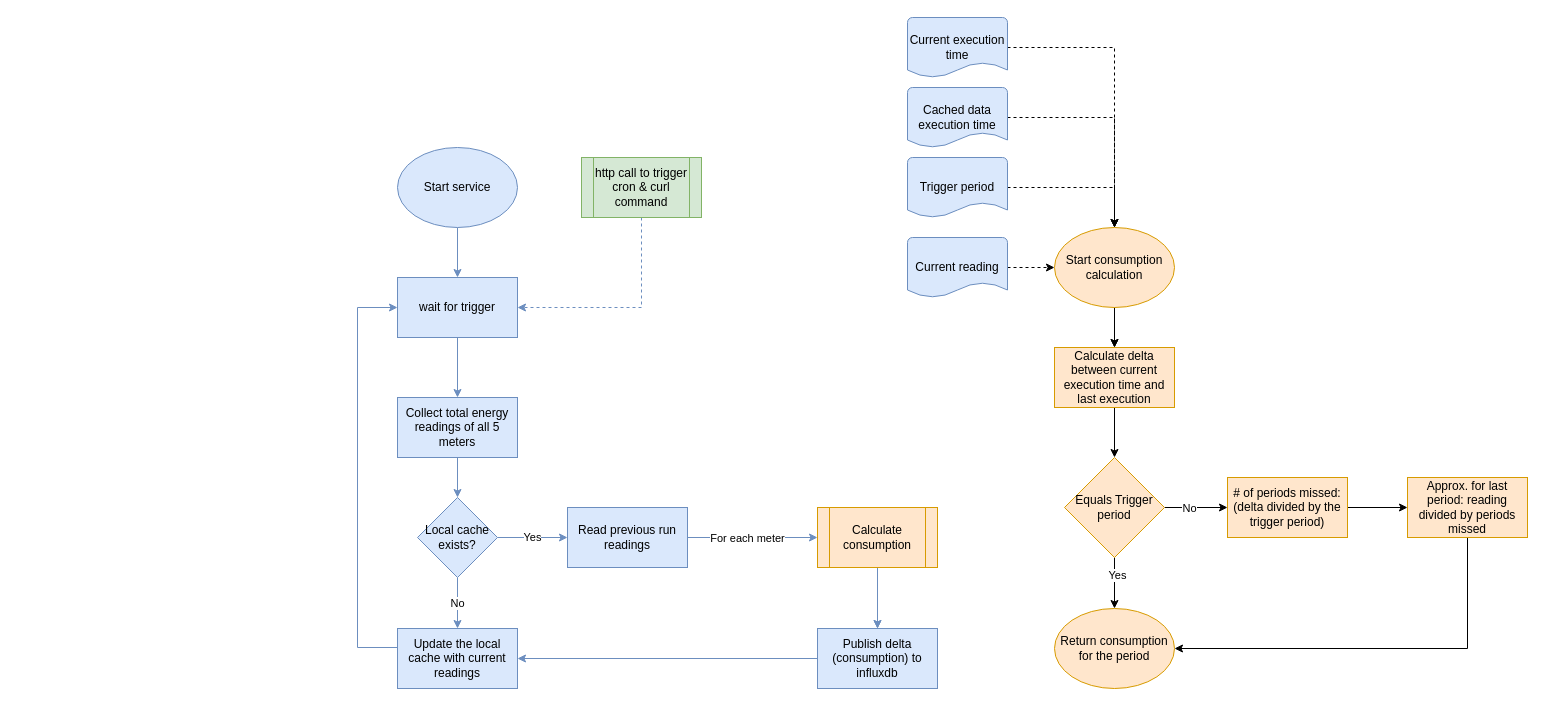
Above: application logic.drawio in ananchev/energymeter (draw.io), before the change. Source tidied: cells renumbered, new cells numbered last; positions are measured from the earlier drawing's top-left corner, leaving out a move shared by most shapes. Both pictures are drawn from the tidied source at 100%, with x=0, y=0 at pixel (357, 17).
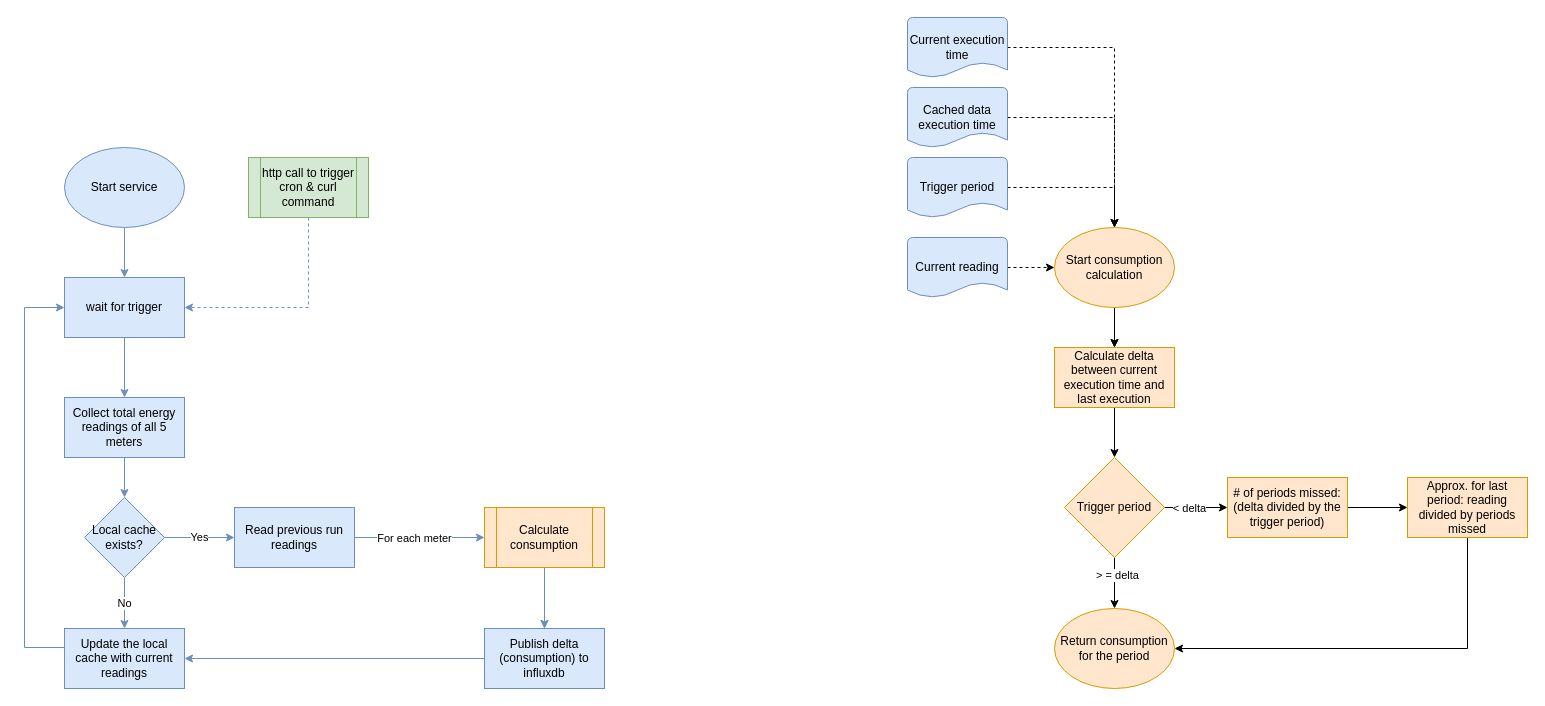
After the change.

Commit message:
Update application logic drawio

The change refers to these unchanged cells:
```xml
<mxCell id="34" style="edgeStyle=orthogonalEdgeStyle;rounded=0;jettySize=auto;html=1;" parent="1" edge="1" source="38" target="39">
  <mxGeometry relative="1" as="geometry" />
</mxCell>
<mxCell id="36" style="edgeStyle=orthogonalEdgeStyle;rounded=0;jettySize=auto;html=1;entryX=0;entryY=0.5;entryDx=0;entryDy=0;" parent="1" edge="1" source="38" target="41">
  <mxGeometry relative="1" as="geometry" />
</mxCell>
```

The edit, as a diff of the source:
```diff
@@
     <mxCell id="3" value="Collect total energy readings of all 5 meters" style="rounded=0;whiteSpace=wrap;html=1;fillColor=#dae8fc;strokeColor=#6c8ebf;" parent="1" vertex="1">
-      <mxGeometry x="40" y="380" width="120" height="60" as="geometry" />
+      <mxGeometry x="-293" y="380" width="120" height="60" as="geometry" />
     </mxCell>
@@
     <mxCell id="5" value="Start service" style="ellipse;whiteSpace=wrap;html=1;fillColor=#dae8fc;strokeColor=#6c8ebf;" parent="1" vertex="1">
-      <mxGeometry x="40" y="130" width="120" height="80" as="geometry" />
+      <mxGeometry x="-293" y="130" width="120" height="80" as="geometry" />
     </mxCell>
     <mxCell id="6" style="edgeStyle=orthogonalEdgeStyle;rounded=0;jettySize=auto;html=1;entryX=0;entryY=0.5;entryDx=0;entryDy=0;fillColor=#dae8fc;strokeColor=#6c8ebf;" parent="1" edge="1" source="7" target="9">
       <mxGeometry relative="1" as="geometry">
         <Array as="points">
-          <mxPoint y="630" />
-          <mxPoint y="290" />
+          <mxPoint x="-333" y="630" />
+          <mxPoint x="-333" y="290" />
         </Array>
       </mxGeometry>
     </mxCell>
     <mxCell id="7" value="Update the local cache with current readings" style="rounded=0;whiteSpace=wrap;html=1;fillColor=#dae8fc;strokeColor=#6c8ebf;" parent="1" vertex="1">
-      <mxGeometry x="40" y="611" width="120" height="60" as="geometry" />
+      <mxGeometry x="-293" y="611" width="120" height="60" as="geometry" />
     </mxCell>
@@
     <mxCell id="9" value="wait for trigger" style="rounded=0;whiteSpace=wrap;html=1;fillColor=#dae8fc;strokeColor=#6c8ebf;" parent="1" vertex="1">
-      <mxGeometry x="40" y="260" width="120" height="60" as="geometry" />
+      <mxGeometry x="-293" y="260" width="120" height="60" as="geometry" />
     </mxCell>
@@
     <mxCell id="12" value="Local cache exists?" style="rhombus;whiteSpace=wrap;html=1;fillColor=#dae8fc;strokeColor=#6c8ebf;" parent="1" vertex="1">
-      <mxGeometry x="60" y="480" width="80" height="80" as="geometry" />
+      <mxGeometry x="-273" y="480" width="80" height="80" as="geometry" />
     </mxCell>
@@
     <mxCell id="15" value="Read previous run readings" style="rounded=0;whiteSpace=wrap;html=1;fillColor=#dae8fc;strokeColor=#6c8ebf;" parent="1" vertex="1">
-      <mxGeometry x="210" y="490" width="120" height="60" as="geometry" />
+      <mxGeometry x="-123" y="490" width="120" height="60" as="geometry" />
     </mxCell>
@@
     <mxCell id="18" value="Publish delta (consumption) to influxdb" style="rounded=0;whiteSpace=wrap;html=1;fillColor=#dae8fc;strokeColor=#6c8ebf;" parent="1" vertex="1">
-      <mxGeometry x="460" y="611" width="120" height="60" as="geometry" />
+      <mxGeometry x="127" y="611" width="120" height="60" as="geometry" />
     </mxCell>
@@
     <mxCell id="20" value="http call to trigger&lt;br&gt;cron &amp;amp; curl command" style="shape=process;whiteSpace=wrap;html=1;backgroundOutline=1;fillColor=#d5e8d4;strokeColor=#82b366;" parent="1" vertex="1">
-      <mxGeometry x="224" y="140" width="120" height="60" as="geometry" />
+      <mxGeometry x="-109" y="140" width="120" height="60" as="geometry" />
     </mxCell>
@@
     <mxCell id="22" value="Calculate consumption" style="shape=process;whiteSpace=wrap;html=1;backgroundOutline=1;fillColor=#ffe6cc;strokeColor=#d79b00;" parent="1" vertex="1">
-      <mxGeometry x="460" y="490" width="120" height="60" as="geometry" />
+      <mxGeometry x="127" y="490" width="120" height="60" as="geometry" />
     </mxCell>
@@
-    <mxCell id="35" value="Yes" style="edgeLabel;html=1;align=center;verticalAlign=middle;" parent="34" vertex="1">
+    <mxCell id="35" value="&amp;gt; = delta" style="edgeLabel;html=1;align=center;verticalAlign=middle;" parent="34" vertex="1">
       <mxGeometry x="-0.34" y="2" relative="1" as="geometry" />
     </mxCell>
@@
-    <mxCell id="37" value="No" style="edgeLabel;html=1;align=center;verticalAlign=middle;" parent="36" vertex="1">
+    <mxCell id="37" value="&amp;lt; delta" style="edgeLabel;html=1;align=center;verticalAlign=middle;" parent="36" vertex="1">
       <mxGeometry x="-0.23" y="2" relative="1" as="geometry">
         <mxPoint y="2" as="offset" />
       </mxGeometry>
     </mxCell>
-    <mxCell id="38" value="Equals Trigger period" style="strokeWidth=1;html=1;shape=mxgraph.flowchart.decision;whiteSpace=wrap;fillColor=#ffe6cc;strokeColor=#d79b00;" parent="1" vertex="1">
+    <mxCell id="38" value="Trigger period " style="strokeWidth=1;html=1;shape=mxgraph.flowchart.decision;whiteSpace=wrap;fillColor=#ffe6cc;strokeColor=#d79b00;" parent="1" vertex="1">
       <mxGeometry x="707" y="440" width="100" height="100" as="geometry" />
     </mxCell>
```
